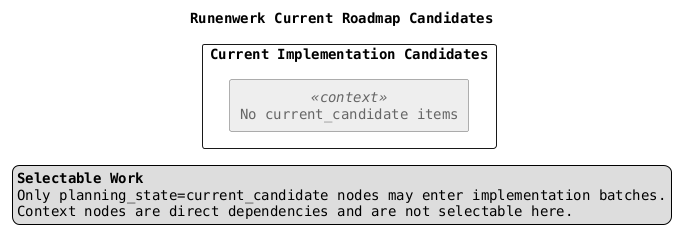
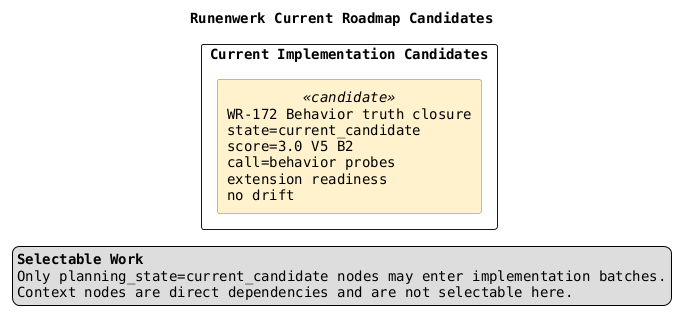
@startuml
title Runenwerk Current Roadmap Candidates

top to bottom direction
skinparam componentStyle rectangle
skinparam shadowing false
skinparam packageStyle rectangle
skinparam defaultFontName Monospaced

skinparam component {
  BackgroundColor<<candidate>> #FFF2CC
  BorderColor<<candidate>> #AA7700
  BackgroundColor<<context>> #EEEEEE
  BorderColor<<context>> #666666
  FontColor<<context>> #666666
}

legend right
  <b>Selectable Work</b>
  Only planning_state=current_candidate nodes may enter implementation batches.
  Context nodes are direct dependencies and are not selectable here.
endlegend

package "Current Implementation Candidates" {
-   component "No current_candidate items" as NO_CANDIDATES <<context>>
+   component "WR-172 Behavior truth closure\nstate=current_candidate\nscore=3.0 V5 B2\ncall=behavior probes\nextension readiness\nno drift" as WR172 <<candidate>>

}


@enduml
